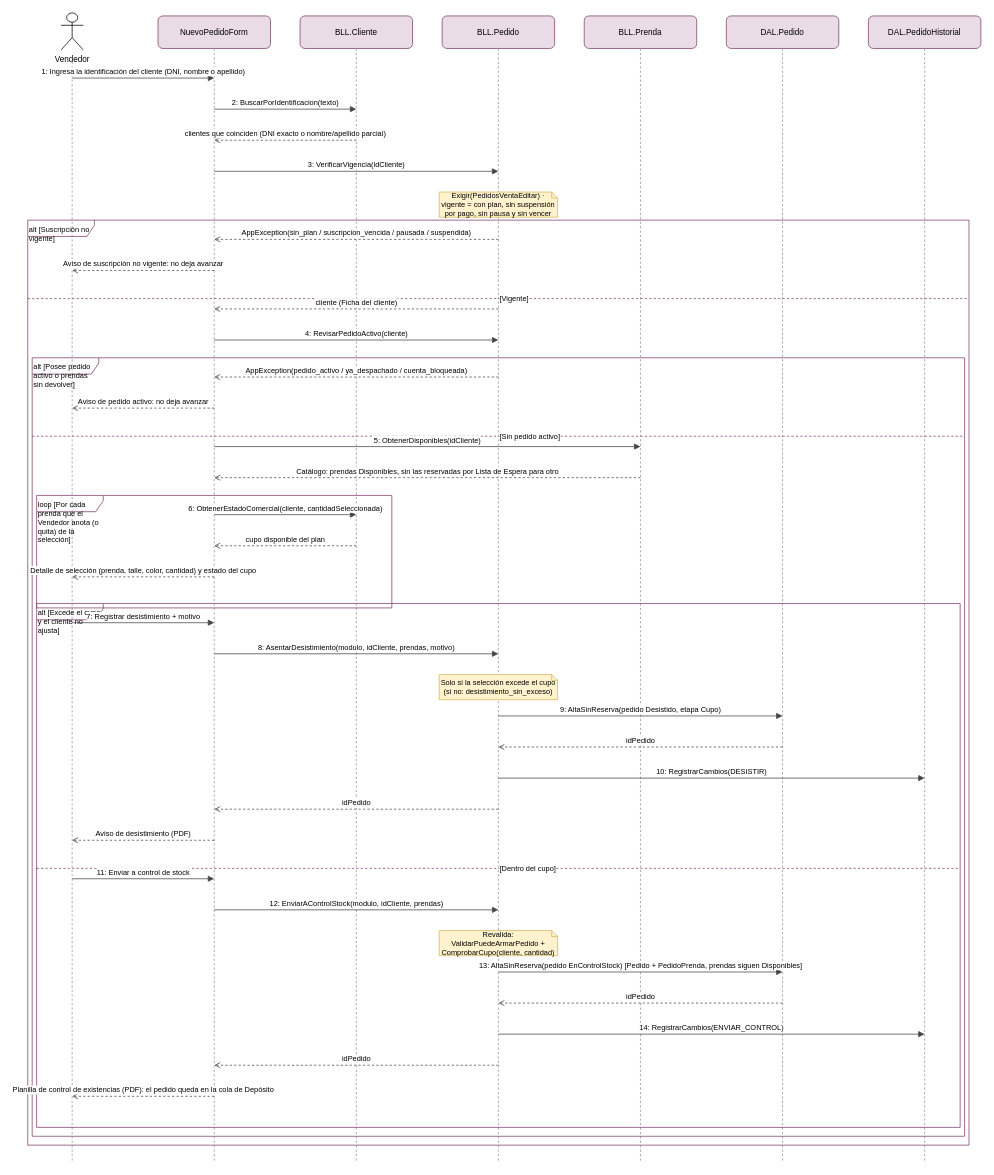
Above: docs/diagramas/drawio/DSS_PN01_CU01_ArmarPedido.drawio in valentinamorana/Trabajo-de-Diploma (draw.io), before the change. Source tidied: cells renumbered, new cells numbered last; positions are measured from the earlier drawing's top-left corner, leaving out a move shared by most shapes. Both pictures are drawn from the tidied source at 74%, with x=0, y=0 at pixel (27, 13).
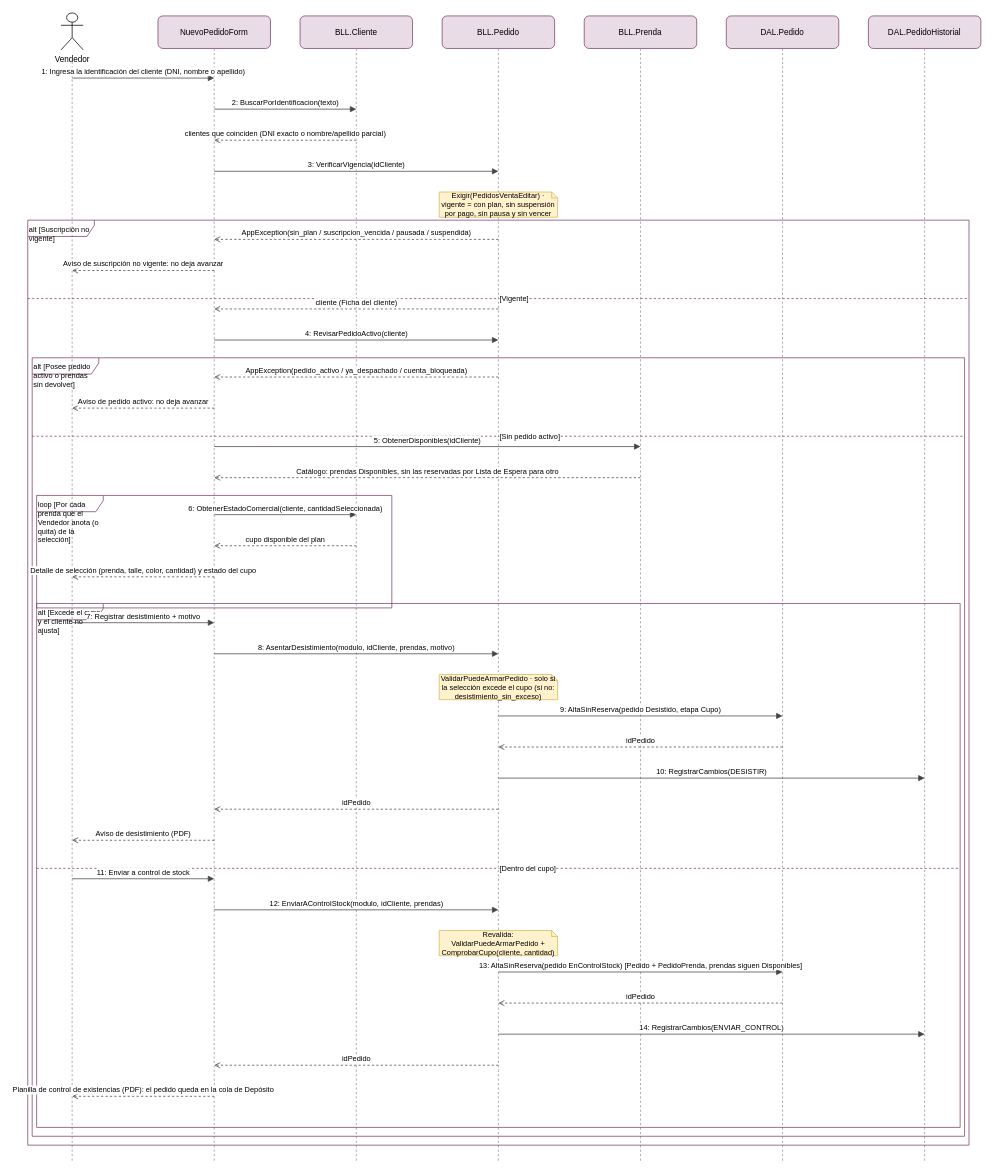
The same page after the edit.

What changed in the source:
```diff
@@
-    <mxCell id="24" value="Solo si la selección excede el cupo (si no: desistimiento_sin_exceso)" style="shape=note;whiteSpace=wrap;html=1;fillColor=#FFF2CC;strokeColor=#d6b656;fontSize=10;size=8;" parent="1" vertex="1">
+    <mxCell id="24" value="ValidarPuedeArmarPedido · solo si la selección excede el cupo (si no: desistimiento_sin_exceso)" style="shape=note;whiteSpace=wrap;html=1;fillColor=#FFF2CC;strokeColor=#d6b656;fontSize=10;size=8;" parent="1" vertex="1">
       <mxGeometry x="556" y="894" width="160" height="34" as="geometry" />
     </mxCell>
```
